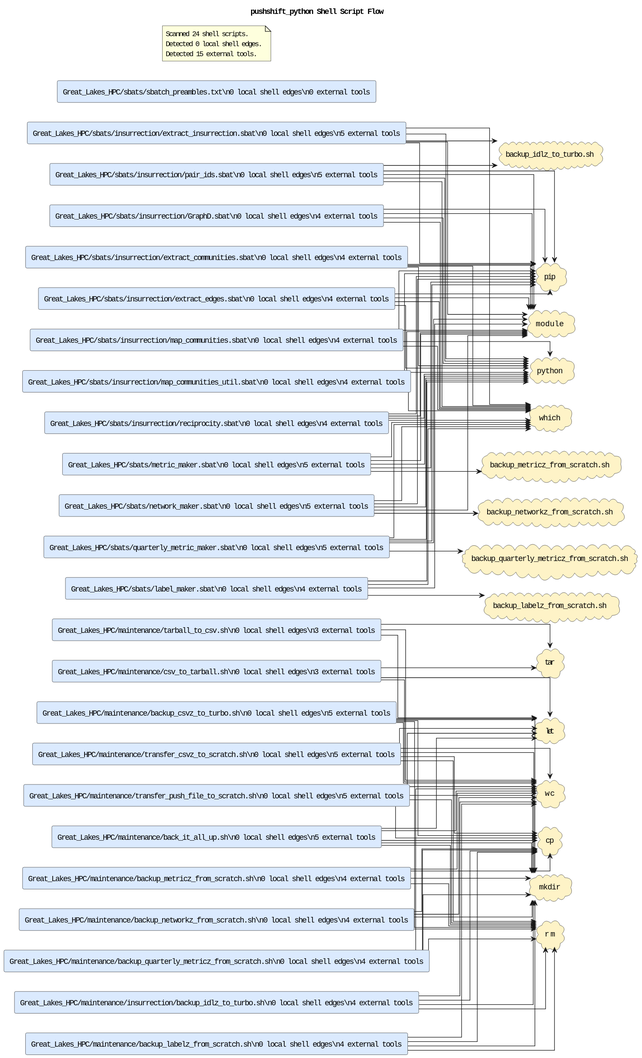
This is docs/diagrams/shell-call-graph.puml.svg from casonk/pushshift_python, a PlantUML export, as it was before one commit.
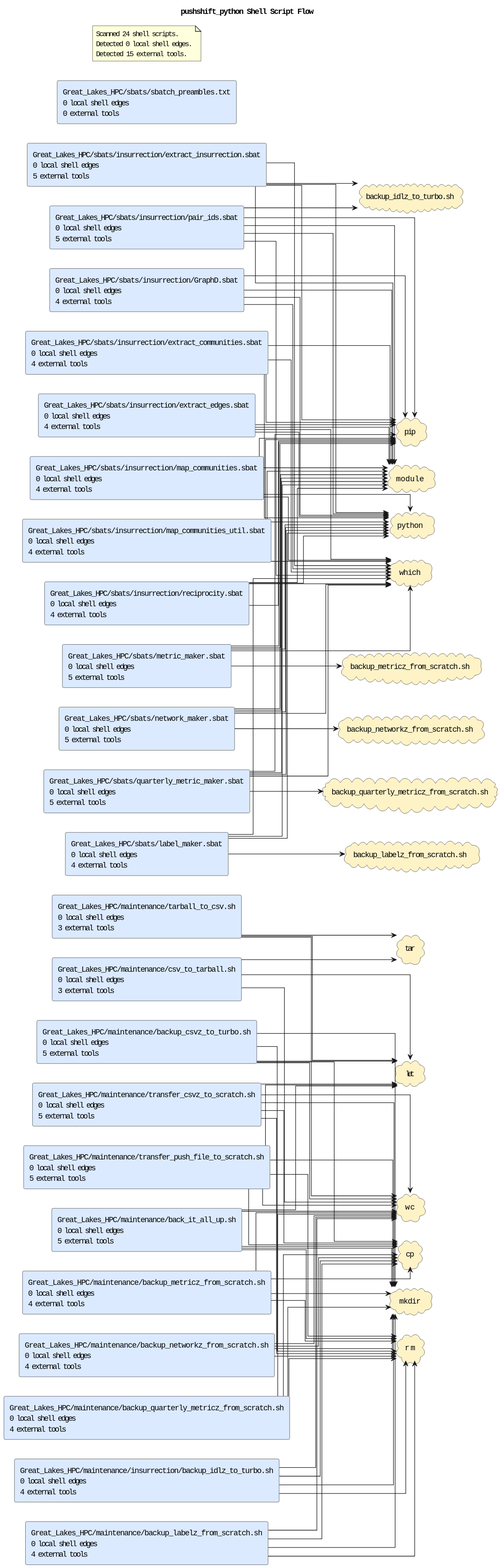
Above is the later version.

Change to the diagram source:
```diff
@@ -5,30 +5,30 @@
 skinparam defaultFontName Monospace
 skinparam componentStyle rectangle
 skinparam linetype ortho
-rectangle "Great_Lakes_HPC/maintenance/back_it_all_up.sh\\n0 local shell edges\\n5 external tools" as shell_great_lakes_hpc_maintenance_back_it_all_up_sh #DBEAFE
-rectangle "Great_Lakes_HPC/maintenance/backup_csvz_to_turbo.sh\\n0 local shell edges\\n5 external tools" as shell_great_lakes_hpc_maintenance_backup_csvz_to_turbo_sh #DBEAFE
-rectangle "Great_Lakes_HPC/maintenance/backup_labelz_from_scratch.sh\\n0 local shell edges\\n4 external tools" as shell_great_lakes_hpc_maintenance_backup_labelz_from_scratch_sh #DBEAFE
-rectangle "Great_Lakes_HPC/maintenance/backup_metricz_from_scratch.sh\\n0 local shell edges\\n4 external tools" as shell_great_lakes_hpc_maintenance_backup_metricz_from_scratch_sh #DBEAFE
-rectangle "Great_Lakes_HPC/maintenance/backup_networkz_from_scratch.sh\\n0 local shell edges\\n4 external tools" as shell_great_lakes_hpc_maintenance_backup_networkz_from_scratch_sh #DBEAFE
-rectangle "Great_Lakes_HPC/maintenance/backup_quarterly_metricz_from_scratch.sh\\n0 local shell edges\\n4 external tools" as shell_great_lakes_hpc_maintenance_backup_quarterly_metricz_from_scratch_sh #DBEAFE
-rectangle "Great_Lakes_HPC/maintenance/csv_to_tarball.sh\\n0 local shell edges\\n3 external tools" as shell_great_lakes_hpc_maintenance_csv_to_tarball_sh #DBEAFE
-rectangle "Great_Lakes_HPC/maintenance/insurrection/backup_idlz_to_turbo.sh\\n0 local shell edges\\n4 external tools" as shell_great_lakes_hpc_maintenance_insurrection_backup_idlz_to_turbo_sh #DBEAFE
-rectangle "Great_Lakes_HPC/maintenance/tarball_to_csv.sh\\n0 local shell edges\\n3 external tools" as shell_great_lakes_hpc_maintenance_tarball_to_csv_sh #DBEAFE
-rectangle "Great_Lakes_HPC/maintenance/transfer_csvz_to_scratch.sh\\n0 local shell edges\\n5 external tools" as shell_great_lakes_hpc_maintenance_transfer_csvz_to_scratch_sh #DBEAFE
-rectangle "Great_Lakes_HPC/maintenance/transfer_push_file_to_scratch.sh\\n0 local shell edges\\n5 external tools" as shell_great_lakes_hpc_maintenance_transfer_push_file_to_scratch_sh #DBEAFE
-rectangle "Great_Lakes_HPC/sbats/insurrection/GraphD.sbat\\n0 local shell edges\\n4 external tools" as shell_great_lakes_hpc_sbats_insurrection_graphd_sbat #DBEAFE
-rectangle "Great_Lakes_HPC/sbats/insurrection/extract_communities.sbat\\n0 local shell edges\\n4 external tools" as shell_great_lakes_hpc_sbats_insurrection_extract_communities_sbat #DBEAFE
-rectangle "Great_Lakes_HPC/sbats/insurrection/extract_edges.sbat\\n0 local shell edges\\n4 external tools" as shell_great_lakes_hpc_sbats_insurrection_extract_edges_sbat #DBEAFE
-rectangle "Great_Lakes_HPC/sbats/insurrection/extract_insurrection.sbat\\n0 local shell edges\\n5 external tools" as shell_great_lakes_hpc_sbats_insurrection_extract_insurrection_sbat #DBEAFE
-rectangle "Great_Lakes_HPC/sbats/insurrection/map_communities.sbat\\n0 local shell edges\\n4 external tools" as shell_great_lakes_hpc_sbats_insurrection_map_communities_sbat #DBEAFE
-rectangle "Great_Lakes_HPC/sbats/insurrection/map_communities_util.sbat\\n0 local shell edges\\n4 external tools" as shell_great_lakes_hpc_sbats_insurrection_map_communities_util_sbat #DBEAFE
-rectangle "Great_Lakes_HPC/sbats/insurrection/pair_ids.sbat\\n0 local shell edges\\n5 external tools" as shell_great_lakes_hpc_sbats_insurrection_pair_ids_sbat #DBEAFE
-rectangle "Great_Lakes_HPC/sbats/insurrection/reciprocity.sbat\\n0 local shell edges\\n4 external tools" as shell_great_lakes_hpc_sbats_insurrection_reciprocity_sbat #DBEAFE
-rectangle "Great_Lakes_HPC/sbats/label_maker.sbat\\n0 local shell edges\\n4 external tools" as shell_great_lakes_hpc_sbats_label_maker_sbat #DBEAFE
-rectangle "Great_Lakes_HPC/sbats/metric_maker.sbat\\n0 local shell edges\\n5 external tools" as shell_great_lakes_hpc_sbats_metric_maker_sbat #DBEAFE
-rectangle "Great_Lakes_HPC/sbats/network_maker.sbat\\n0 local shell edges\\n5 external tools" as shell_great_lakes_hpc_sbats_network_maker_sbat #DBEAFE
-rectangle "Great_Lakes_HPC/sbats/quarterly_metric_maker.sbat\\n0 local shell edges\\n5 external tools" as shell_great_lakes_hpc_sbats_quarterly_metric_maker_sbat #DBEAFE
-rectangle "Great_Lakes_HPC/sbats/sbatch_preambles.txt\\n0 local shell edges\\n0 external tools" as shell_great_lakes_hpc_sbats_sbatch_preambles_txt #DBEAFE
+rectangle "Great_Lakes_HPC/maintenance/back_it_all_up.sh\n0 local shell edges\n5 external tools" as shell_great_lakes_hpc_maintenance_back_it_all_up_sh #DBEAFE
+rectangle "Great_Lakes_HPC/maintenance/backup_csvz_to_turbo.sh\n0 local shell edges\n5 external tools" as shell_great_lakes_hpc_maintenance_backup_csvz_to_turbo_sh #DBEAFE
+rectangle "Great_Lakes_HPC/maintenance/backup_labelz_from_scratch.sh\n0 local shell edges\n4 external tools" as shell_great_lakes_hpc_maintenance_backup_labelz_from_scratch_sh #DBEAFE
+rectangle "Great_Lakes_HPC/maintenance/backup_metricz_from_scratch.sh\n0 local shell edges\n4 external tools" as shell_great_lakes_hpc_maintenance_backup_metricz_from_scratch_sh #DBEAFE
+rectangle "Great_Lakes_HPC/maintenance/backup_networkz_from_scratch.sh\n0 local shell edges\n4 external tools" as shell_great_lakes_hpc_maintenance_backup_networkz_from_scratch_sh #DBEAFE
+rectangle "Great_Lakes_HPC/maintenance/backup_quarterly_metricz_from_scratch.sh\n0 local shell edges\n4 external tools" as shell_great_lakes_hpc_maintenance_backup_quarterly_metricz_from_scratch_sh #DBEAFE
+rectangle "Great_Lakes_HPC/maintenance/csv_to_tarball.sh\n0 local shell edges\n3 external tools" as shell_great_lakes_hpc_maintenance_csv_to_tarball_sh #DBEAFE
+rectangle "Great_Lakes_HPC/maintenance/insurrection/backup_idlz_to_turbo.sh\n0 local shell edges\n4 external tools" as shell_great_lakes_hpc_maintenance_insurrection_backup_idlz_to_turbo_sh #DBEAFE
+rectangle "Great_Lakes_HPC/maintenance/tarball_to_csv.sh\n0 local shell edges\n3 external tools" as shell_great_lakes_hpc_maintenance_tarball_to_csv_sh #DBEAFE
+rectangle "Great_Lakes_HPC/maintenance/transfer_csvz_to_scratch.sh\n0 local shell edges\n5 external tools" as shell_great_lakes_hpc_maintenance_transfer_csvz_to_scratch_sh #DBEAFE
+rectangle "Great_Lakes_HPC/maintenance/transfer_push_file_to_scratch.sh\n0 local shell edges\n5 external tools" as shell_great_lakes_hpc_maintenance_transfer_push_file_to_scratch_sh #DBEAFE
+rectangle "Great_Lakes_HPC/sbats/insurrection/GraphD.sbat\n0 local shell edges\n4 external tools" as shell_great_lakes_hpc_sbats_insurrection_graphd_sbat #DBEAFE
+rectangle "Great_Lakes_HPC/sbats/insurrection/extract_communities.sbat\n0 local shell edges\n4 external tools" as shell_great_lakes_hpc_sbats_insurrection_extract_communities_sbat #DBEAFE
+rectangle "Great_Lakes_HPC/sbats/insurrection/extract_edges.sbat\n0 local shell edges\n4 external tools" as shell_great_lakes_hpc_sbats_insurrection_extract_edges_sbat #DBEAFE
+rectangle "Great_Lakes_HPC/sbats/insurrection/extract_insurrection.sbat\n0 local shell edges\n5 external tools" as shell_great_lakes_hpc_sbats_insurrection_extract_insurrection_sbat #DBEAFE
+rectangle "Great_Lakes_HPC/sbats/insurrection/map_communities.sbat\n0 local shell edges\n4 external tools" as shell_great_lakes_hpc_sbats_insurrection_map_communities_sbat #DBEAFE
+rectangle "Great_Lakes_HPC/sbats/insurrection/map_communities_util.sbat\n0 local shell edges\n4 external tools" as shell_great_lakes_hpc_sbats_insurrection_map_communities_util_sbat #DBEAFE
+rectangle "Great_Lakes_HPC/sbats/insurrection/pair_ids.sbat\n0 local shell edges\n5 external tools" as shell_great_lakes_hpc_sbats_insurrection_pair_ids_sbat #DBEAFE
+rectangle "Great_Lakes_HPC/sbats/insurrection/reciprocity.sbat\n0 local shell edges\n4 external tools" as shell_great_lakes_hpc_sbats_insurrection_reciprocity_sbat #DBEAFE
+rectangle "Great_Lakes_HPC/sbats/label_maker.sbat\n0 local shell edges\n4 external tools" as shell_great_lakes_hpc_sbats_label_maker_sbat #DBEAFE
+rectangle "Great_Lakes_HPC/sbats/metric_maker.sbat\n0 local shell edges\n5 external tools" as shell_great_lakes_hpc_sbats_metric_maker_sbat #DBEAFE
+rectangle "Great_Lakes_HPC/sbats/network_maker.sbat\n0 local shell edges\n5 external tools" as shell_great_lakes_hpc_sbats_network_maker_sbat #DBEAFE
+rectangle "Great_Lakes_HPC/sbats/quarterly_metric_maker.sbat\n0 local shell edges\n5 external tools" as shell_great_lakes_hpc_sbats_quarterly_metric_maker_sbat #DBEAFE
+rectangle "Great_Lakes_HPC/sbats/sbatch_preambles.txt\n0 local shell edges\n0 external tools" as shell_great_lakes_hpc_sbats_sbatch_preambles_txt #DBEAFE
 cloud "backup_idlz_to_turbo.sh" as tool_backup_idlz_to_turbo_sh #FEF3C7
 cloud "backup_labelz_from_scratch.sh" as tool_backup_labelz_from_scratch_sh #FEF3C7
 cloud "backup_metricz_from_scratch.sh" as tool_backup_metricz_from_scratch_sh #FEF3C7
```
